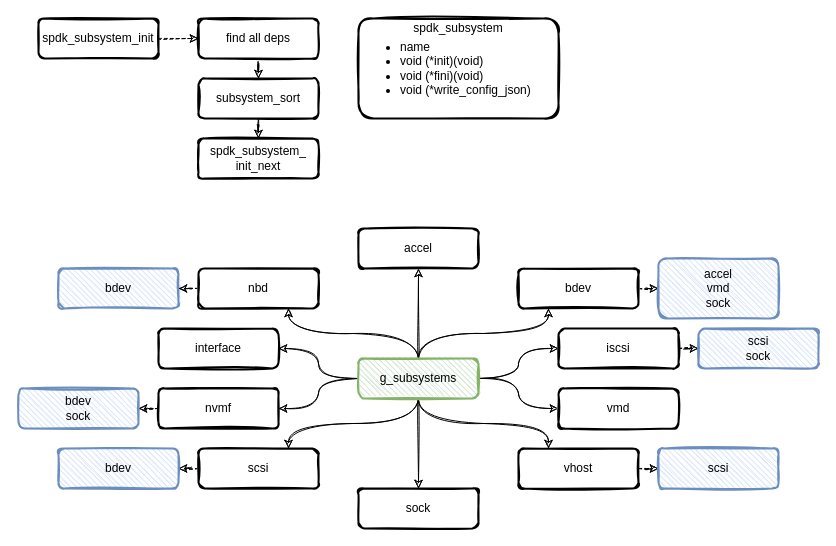
Earlier version of the draw.io diagram page "subsystem" (6 of 7) of spdk/spdk.drawio (EarthWind/deeparch). Source tidied: cells renumbered, new cells numbered last; positions are measured from the earlier drawing's top-left corner, leaving out a move shared by most shapes. Both pictures are drawn from the tidied source at 100%, with x=0, y=0 at pixel (18, 18).
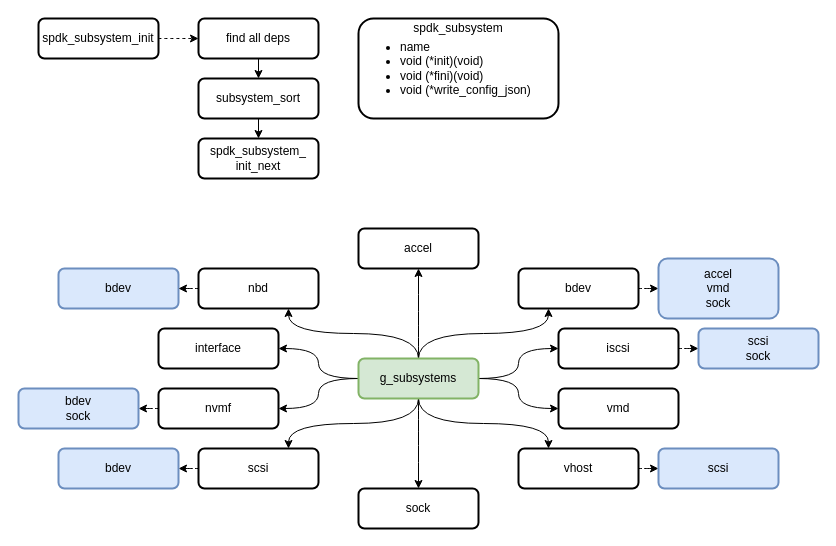
The same diagram, later.

Diff of the diagram source:
```diff
@@
-    <mxCell id="2" style="rounded=1;whiteSpace=wrap;html=1;strokeWidth=2;fillWeight=4;hachureGap=8;hachureAngle=45;sketch=1;fillColor=#FFFFFF;" parent="1" vertex="1">
+    <mxCell id="2" style="rounded=1;whiteSpace=wrap;html=1;strokeWidth=2;fillWeight=4;hachureGap=8;hachureAngle=45;sketch=0;fillColor=#FFFFFF;" parent="1" vertex="1">
       <mxGeometry x="340" width="200" height="100" as="geometry" />
     </mxCell>
-    <mxCell id="3" style="edgeStyle=orthogonalEdgeStyle;curved=1;rounded=0;sketch=1;jettySize=auto;html=1;entryX=0;entryY=0.5;entryDx=0;entryDy=0;dashed=1;fontSize=12;fontColor=#000000;" parent="1" edge="1" source="4" target="6">
+    <mxCell id="3" style="edgeStyle=orthogonalEdgeStyle;curved=1;rounded=0;sketch=0;jettySize=auto;html=1;entryX=0;entryY=0.5;entryDx=0;entryDy=0;dashed=1;fontSize=12;fontColor=#000000;" parent="1" edge="1" source="4" target="6">
       <mxGeometry relative="1" as="geometry" />
     </mxCell>
-    <mxCell id="4" value="&lt;font face=&quot;helvetica&quot;&gt;spdk_subsystem_init&lt;/font&gt;" style="rounded=1;whiteSpace=wrap;html=1;strokeWidth=2;fillWeight=4;hachureGap=8;hachureAngle=45;sketch=1;fillColor=#FFFFFF;" parent="1" vertex="1">
+    <mxCell id="4" value="&lt;font face=&quot;helvetica&quot;&gt;spdk_subsystem_init&lt;/font&gt;" style="rounded=1;whiteSpace=wrap;html=1;strokeWidth=2;fillWeight=4;hachureGap=8;hachureAngle=45;sketch=0;fillColor=#FFFFFF;" parent="1" vertex="1">
       <mxGeometry x="20" width="120" height="40" as="geometry" />
     </mxCell>
-    <mxCell id="5" style="edgeStyle=orthogonalEdgeStyle;curved=1;rounded=0;sketch=1;jettySize=auto;html=1;fontSize=12;fontColor=#000000;" parent="1" edge="1" source="6" target="8">
+    <mxCell id="5" style="edgeStyle=orthogonalEdgeStyle;curved=1;rounded=0;sketch=0;jettySize=auto;html=1;fontSize=12;fontColor=#000000;" parent="1" edge="1" source="6" target="8">
       <mxGeometry relative="1" as="geometry" />
     </mxCell>
-    <mxCell id="6" value="&lt;font face=&quot;helvetica&quot;&gt;find all deps&lt;/font&gt;" style="rounded=1;whiteSpace=wrap;html=1;strokeWidth=2;fillWeight=4;hachureGap=8;hachureAngle=45;sketch=1;fillColor=#FFFFFF;" parent="1" vertex="1">
+    <mxCell id="6" value="&lt;font face=&quot;helvetica&quot;&gt;find all deps&lt;/font&gt;" style="rounded=1;whiteSpace=wrap;html=1;strokeWidth=2;fillWeight=4;hachureGap=8;hachureAngle=45;sketch=0;fillColor=#FFFFFF;" parent="1" vertex="1">
       <mxGeometry x="180" width="120" height="40" as="geometry" />
     </mxCell>
-    <mxCell id="7" style="edgeStyle=orthogonalEdgeStyle;curved=1;rounded=0;sketch=1;jettySize=auto;html=1;entryX=0.5;entryY=0;entryDx=0;entryDy=0;fontSize=12;fontColor=#000000;" parent="1" edge="1" source="8" target="9">
+    <mxCell id="7" style="edgeStyle=orthogonalEdgeStyle;curved=1;rounded=0;sketch=0;jettySize=auto;html=1;entryX=0.5;entryY=0;entryDx=0;entryDy=0;fontSize=12;fontColor=#000000;" parent="1" edge="1" source="8" target="9">
       <mxGeometry relative="1" as="geometry" />
     </mxCell>
-    <mxCell id="8" value="&lt;font face=&quot;helvetica&quot;&gt;subsystem_sort&lt;/font&gt;" style="rounded=1;whiteSpace=wrap;html=1;strokeWidth=2;fillWeight=4;hachureGap=8;hachureAngle=45;sketch=1;fillColor=#FFFFFF;" parent="1" vertex="1">
+    <mxCell id="8" value="&lt;font face=&quot;helvetica&quot;&gt;subsystem_sort&lt;/font&gt;" style="rounded=1;whiteSpace=wrap;html=1;strokeWidth=2;fillWeight=4;hachureGap=8;hachureAngle=45;sketch=0;fillColor=#FFFFFF;" parent="1" vertex="1">
       <mxGeometry x="180" y="60" width="120" height="40" as="geometry" />
     </mxCell>
-    <mxCell id="9" value="&lt;font face=&quot;helvetica&quot;&gt;spdk_subsystem_&lt;br&gt;init_next&lt;/font&gt;" style="rounded=1;whiteSpace=wrap;html=1;strokeWidth=2;fillWeight=4;hachureGap=8;hachureAngle=45;sketch=1;fillColor=#FFFFFF;" parent="1" vertex="1">
+    <mxCell id="9" value="&lt;font face=&quot;helvetica&quot;&gt;spdk_subsystem_&lt;br&gt;init_next&lt;/font&gt;" style="rounded=1;whiteSpace=wrap;html=1;strokeWidth=2;fillWeight=4;hachureGap=8;hachureAngle=45;sketch=0;fillColor=#FFFFFF;" parent="1" vertex="1">
       <mxGeometry x="180" y="120" width="120" height="40" as="geometry" />
     </mxCell>
-    <mxCell id="10" value="&lt;ul&gt;&lt;li&gt;name&lt;/li&gt;&lt;li&gt;void (*init)(void)&lt;/li&gt;&lt;li&gt;void (*fini)(void)&lt;/li&gt;&lt;li&gt;void (*write_config_json)&lt;/li&gt;&lt;/ul&gt;" style="text;strokeColor=none;fillColor=none;html=1;whiteSpace=wrap;verticalAlign=middle;overflow=hidden;sketch=1;fillWeight=1;hachureGap=2;jiggle=1;shadow=0;" parent="1" vertex="1">
+    <mxCell id="10" value="&lt;ul&gt;&lt;li&gt;name&lt;/li&gt;&lt;li&gt;void (*init)(void)&lt;/li&gt;&lt;li&gt;void (*fini)(void)&lt;/li&gt;&lt;li&gt;void (*write_config_json)&lt;/li&gt;&lt;/ul&gt;" style="text;strokeColor=none;fillColor=none;html=1;whiteSpace=wrap;verticalAlign=middle;overflow=hidden;sketch=0;fillWeight=1;hachureGap=2;jiggle=1;shadow=0;" parent="1" vertex="1">
       <mxGeometry x="340" width="200" height="100" as="geometry" />
     </mxCell>
-    <mxCell id="11" value="spdk_subsystem" style="text;html=1;strokeColor=none;fillColor=none;align=center;verticalAlign=middle;whiteSpace=wrap;overflow=hidden;fillWeight=1;hachureGap=2;fontSize=12;fontColor=#000000;" parent="1" vertex="1">
+    <mxCell id="11" value="spdk_subsystem" style="text;html=1;strokeColor=none;fillColor=none;align=center;verticalAlign=middle;whiteSpace=wrap;overflow=hidden;fillWeight=1;hachureGap=2;fontSize=12;fontColor=#000000;sketch=0;" parent="1" vertex="1">
       <mxGeometry x="390" width="100" height="20" as="geometry" />
     </mxCell>
-    <mxCell id="12" style="edgeStyle=orthogonalEdgeStyle;curved=1;rounded=0;sketch=1;jettySize=auto;html=1;entryX=0.5;entryY=0;entryDx=0;entryDy=0;startArrow=none;startFill=0;" parent="1" edge="1" source="22" target="40">
+    <mxCell id="12" style="edgeStyle=orthogonalEdgeStyle;curved=1;rounded=0;sketch=0;jettySize=auto;html=1;entryX=0.5;entryY=0;entryDx=0;entryDy=0;startArrow=none;startFill=0;" parent="1" edge="1" source="22" target="40">
       <mxGeometry relative="1" as="geometry" />
     </mxCell>
-    <mxCell id="13" style="edgeStyle=orthogonalEdgeStyle;curved=1;rounded=0;sketch=1;jettySize=auto;html=1;entryX=0.25;entryY=0;entryDx=0;entryDy=0;startArrow=none;startFill=0;exitX=0.5;exitY=1;exitDx=0;exitDy=0;" parent="1" edge="1" source="22" target="42">
+    <mxCell id="13" style="edgeStyle=orthogonalEdgeStyle;curved=1;rounded=0;sketch=0;jettySize=auto;html=1;entryX=0.25;entryY=0;entryDx=0;entryDy=0;startArrow=none;startFill=0;exitX=0.5;exitY=1;exitDx=0;exitDy=0;" parent="1" edge="1" source="22" target="42">
       <mxGeometry relative="1" as="geometry" />
     </mxCell>
-    <mxCell id="14" style="edgeStyle=orthogonalEdgeStyle;curved=1;rounded=0;sketch=1;jettySize=auto;html=1;entryX=0.75;entryY=0;entryDx=0;entryDy=0;startArrow=none;startFill=0;exitX=0.5;exitY=1;exitDx=0;exitDy=0;" parent="1" edge="1" source="22" target="38">
+    <mxCell id="14" style="edgeStyle=orthogonalEdgeStyle;curved=1;rounded=0;sketch=0;jettySize=auto;html=1;entryX=0.75;entryY=0;entryDx=0;entryDy=0;startArrow=none;startFill=0;exitX=0.5;exitY=1;exitDx=0;exitDy=0;" parent="1" edge="1" source="22" target="38">
       <mxGeometry relative="1" as="geometry" />
     </mxCell>
-    <mxCell id="15" style="edgeStyle=orthogonalEdgeStyle;curved=1;rounded=0;sketch=1;jettySize=auto;html=1;entryX=0;entryY=0.5;entryDx=0;entryDy=0;startArrow=none;startFill=0;" parent="1" edge="1" source="22" target="44">
+    <mxCell id="15" style="edgeStyle=orthogonalEdgeStyle;curved=1;rounded=0;sketch=0;jettySize=auto;html=1;entryX=0;entryY=0.5;entryDx=0;entryDy=0;startArrow=none;startFill=0;" parent="1" edge="1" source="22" target="44">
       <mxGeometry relative="1" as="geometry" />
     </mxCell>
-    <mxCell id="16" style="edgeStyle=orthogonalEdgeStyle;curved=1;rounded=0;sketch=1;jettySize=auto;html=1;entryX=0;entryY=0.5;entryDx=0;entryDy=0;startArrow=none;startFill=0;" parent="1" edge="1" source="22" target="27">
+    <mxCell id="16" style="edgeStyle=orthogonalEdgeStyle;curved=1;rounded=0;sketch=0;jettySize=auto;html=1;entryX=0;entryY=0.5;entryDx=0;entryDy=0;startArrow=none;startFill=0;" parent="1" edge="1" source="22" target="27">
       <mxGeometry relative="1" as="geometry" />
     </mxCell>
-    <mxCell id="17" style="edgeStyle=orthogonalEdgeStyle;curved=1;rounded=0;sketch=1;jettySize=auto;html=1;entryX=1;entryY=0.5;entryDx=0;entryDy=0;startArrow=none;startFill=0;" parent="1" edge="1" source="22" target="35">
+    <mxCell id="17" style="edgeStyle=orthogonalEdgeStyle;curved=1;rounded=0;sketch=0;jettySize=auto;html=1;entryX=1;entryY=0.5;entryDx=0;entryDy=0;startArrow=none;startFill=0;" parent="1" edge="1" source="22" target="35">
       <mxGeometry relative="1" as="geometry" />
     </mxCell>
-    <mxCell id="18" style="edgeStyle=orthogonalEdgeStyle;curved=1;rounded=0;sketch=1;jettySize=auto;html=1;entryX=1;entryY=0.5;entryDx=0;entryDy=0;startArrow=none;startFill=0;" parent="1" edge="1" source="22" target="33">
+    <mxCell id="18" style="edgeStyle=orthogonalEdgeStyle;curved=1;rounded=0;sketch=0;jettySize=auto;html=1;entryX=1;entryY=0.5;entryDx=0;entryDy=0;startArrow=none;startFill=0;" parent="1" edge="1" source="22" target="33">
       <mxGeometry relative="1" as="geometry" />
     </mxCell>
-    <mxCell id="19" style="edgeStyle=orthogonalEdgeStyle;curved=1;rounded=0;sketch=1;jettySize=auto;html=1;entryX=0.25;entryY=1;entryDx=0;entryDy=0;startArrow=none;startFill=0;exitX=0.5;exitY=0;exitDx=0;exitDy=0;" parent="1" edge="1" source="22" target="25">
+    <mxCell id="19" style="edgeStyle=orthogonalEdgeStyle;curved=1;rounded=0;sketch=0;jettySize=auto;html=1;entryX=0.25;entryY=1;entryDx=0;entryDy=0;startArrow=none;startFill=0;exitX=0.5;exitY=0;exitDx=0;exitDy=0;" parent="1" edge="1" source="22" target="25">
       <mxGeometry relative="1" as="geometry" />
     </mxCell>
-    <mxCell id="20" style="edgeStyle=orthogonalEdgeStyle;curved=1;rounded=0;sketch=1;jettySize=auto;html=1;entryX=0.75;entryY=1;entryDx=0;entryDy=0;startArrow=none;startFill=0;exitX=0.5;exitY=0;exitDx=0;exitDy=0;" parent="1" edge="1" source="22" target="32">
+    <mxCell id="20" style="edgeStyle=orthogonalEdgeStyle;curved=1;rounded=0;sketch=0;jettySize=auto;html=1;entryX=0.75;entryY=1;entryDx=0;entryDy=0;startArrow=none;startFill=0;exitX=0.5;exitY=0;exitDx=0;exitDy=0;" parent="1" edge="1" source="22" target="32">
       <mxGeometry relative="1" as="geometry" />
     </mxCell>
-    <mxCell id="21" style="edgeStyle=orthogonalEdgeStyle;curved=1;rounded=0;sketch=1;jettySize=auto;html=1;entryX=0.5;entryY=1;entryDx=0;entryDy=0;startArrow=none;startFill=0;" parent="1" edge="1" source="22" target="23">
+    <mxCell id="21" style="edgeStyle=orthogonalEdgeStyle;curved=1;rounded=0;sketch=0;jettySize=auto;html=1;entryX=0.5;entryY=1;entryDx=0;entryDy=0;startArrow=none;startFill=0;" parent="1" edge="1" source="22" target="23">
       <mxGeometry relative="1" as="geometry" />
     </mxCell>
-    <mxCell id="22" value="g_subsystems" style="rounded=1;whiteSpace=wrap;html=1;strokeWidth=2;fillWeight=1;hachureGap=4;hachureAngle=45;sketch=1;fillColor=#d5e8d4;strokeColor=#82b366;" parent="1" vertex="1">
+    <mxCell id="22" value="g_subsystems" style="rounded=1;whiteSpace=wrap;html=1;strokeWidth=2;fillWeight=1;hachureGap=4;hachureAngle=45;sketch=0;fillColor=#d5e8d4;strokeColor=#82b366;" parent="1" vertex="1">
       <mxGeometry x="340" y="340" width="120" height="40" as="geometry" />
     </mxCell>
-    <mxCell id="23" value="&lt;font face=&quot;helvetica&quot;&gt;accel&lt;/font&gt;" style="rounded=1;whiteSpace=wrap;html=1;strokeWidth=2;fillWeight=4;hachureGap=8;hachureAngle=45;sketch=1;fillColor=#FFFFFF;" parent="1" vertex="1">
+    <mxCell id="23" value="&lt;font face=&quot;helvetica&quot;&gt;accel&lt;/font&gt;" style="rounded=1;whiteSpace=wrap;html=1;strokeWidth=2;fillWeight=4;hachureGap=8;hachureAngle=45;sketch=0;fillColor=#FFFFFF;" parent="1" vertex="1">
       <mxGeometry x="340" y="210" width="120" height="40" as="geometry" />
     </mxCell>
-    <mxCell id="24" style="edgeStyle=orthogonalEdgeStyle;curved=1;rounded=0;sketch=1;jettySize=auto;html=1;fontSize=12;fontColor=#000000;dashed=1;" parent="1" edge="1" source="25" target="28">
+    <mxCell id="24" style="edgeStyle=orthogonalEdgeStyle;curved=1;rounded=0;sketch=0;jettySize=auto;html=1;fontSize=12;fontColor=#000000;dashed=1;" parent="1" edge="1" source="25" target="28">
       <mxGeometry relative="1" as="geometry" />
     </mxCell>
-    <mxCell id="25" value="&lt;font face=&quot;helvetica&quot;&gt;bdev&lt;/font&gt;" style="rounded=1;whiteSpace=wrap;html=1;strokeWidth=2;fillWeight=4;hachureGap=8;hachureAngle=45;sketch=1;fillColor=#FFFFFF;" parent="1" vertex="1">
+    <mxCell id="25" value="&lt;font face=&quot;helvetica&quot;&gt;bdev&lt;/font&gt;" style="rounded=1;whiteSpace=wrap;html=1;strokeWidth=2;fillWeight=4;hachureGap=8;hachureAngle=45;sketch=0;fillColor=#FFFFFF;" parent="1" vertex="1">
       <mxGeometry x="500" y="250" width="120" height="40" as="geometry" />
     </mxCell>
-    <mxCell id="26" style="edgeStyle=orthogonalEdgeStyle;curved=1;rounded=0;sketch=1;jettySize=auto;html=1;entryX=0;entryY=0.5;entryDx=0;entryDy=0;fontSize=12;fontColor=#000000;dashed=1;" parent="1" edge="1" source="27" target="29">
+    <mxCell id="26" style="edgeStyle=orthogonalEdgeStyle;curved=1;rounded=0;sketch=0;jettySize=auto;html=1;entryX=0;entryY=0.5;entryDx=0;entryDy=0;fontSize=12;fontColor=#000000;dashed=1;" parent="1" edge="1" source="27" target="29">
       <mxGeometry relative="1" as="geometry" />
     </mxCell>
-    <mxCell id="27" value="&lt;font face=&quot;helvetica&quot;&gt;iscsi&lt;/font&gt;" style="rounded=1;whiteSpace=wrap;html=1;strokeWidth=2;fillWeight=4;hachureGap=8;hachureAngle=45;sketch=1;fillColor=#FFFFFF;" parent="1" vertex="1">
+    <mxCell id="27" value="&lt;font face=&quot;helvetica&quot;&gt;iscsi&lt;/font&gt;" style="rounded=1;whiteSpace=wrap;html=1;strokeWidth=2;fillWeight=4;hachureGap=8;hachureAngle=45;sketch=0;fillColor=#FFFFFF;" parent="1" vertex="1">
       <mxGeometry x="540" y="310" width="120" height="40" as="geometry" />
     </mxCell>
-    <mxCell id="28" value="accel&lt;br&gt;vmd&lt;br&gt;sock" style="rounded=1;whiteSpace=wrap;html=1;strokeWidth=2;fillWeight=1;hachureGap=4;hachureAngle=45;sketch=1;fillColor=#dae8fc;strokeColor=#6c8ebf;fontColor=default;" parent="1" vertex="1">
+    <mxCell id="28" value="accel&lt;br&gt;vmd&lt;br&gt;sock" style="rounded=1;whiteSpace=wrap;html=1;strokeWidth=2;fillWeight=1;hachureGap=4;hachureAngle=45;sketch=0;fillColor=#dae8fc;strokeColor=#6c8ebf;fontColor=default;" parent="1" vertex="1">
       <mxGeometry x="640" y="240" width="120" height="60" as="geometry" />
     </mxCell>
-    <mxCell id="29" value="scsi&lt;br&gt;sock" style="rounded=1;whiteSpace=wrap;html=1;strokeWidth=2;fillWeight=1;hachureGap=4;hachureAngle=45;sketch=1;fillColor=#dae8fc;strokeColor=#6c8ebf;fontColor=default;" parent="1" vertex="1">
+    <mxCell id="29" value="scsi&lt;br&gt;sock" style="rounded=1;whiteSpace=wrap;html=1;strokeWidth=2;fillWeight=1;hachureGap=4;hachureAngle=45;sketch=0;fillColor=#dae8fc;strokeColor=#6c8ebf;fontColor=default;" parent="1" vertex="1">
       <mxGeometry x="680" y="310" width="120" height="40" as="geometry" />
     </mxCell>
-    <mxCell id="30" value="&lt;font face=&quot;helvetica&quot;&gt;bdev&lt;/font&gt;" style="rounded=1;whiteSpace=wrap;html=1;strokeWidth=2;fillWeight=1;hachureGap=4;hachureAngle=45;sketch=1;fillColor=#dae8fc;strokeColor=#6c8ebf;fontColor=default;" parent="1" vertex="1">
+    <mxCell id="30" value="&lt;font face=&quot;helvetica&quot;&gt;bdev&lt;/font&gt;" style="rounded=1;whiteSpace=wrap;html=1;strokeWidth=2;fillWeight=1;hachureGap=4;hachureAngle=45;sketch=0;fillColor=#dae8fc;strokeColor=#6c8ebf;fontColor=default;" parent="1" vertex="1">
       <mxGeometry x="40" y="250" width="120" height="40" as="geometry" />
     </mxCell>
-    <mxCell id="31" style="edgeStyle=orthogonalEdgeStyle;curved=1;rounded=0;sketch=1;jettySize=auto;html=1;startArrow=none;startFill=0;dashed=1;" parent="1" edge="1" source="32" target="30">
+    <mxCell id="31" style="edgeStyle=orthogonalEdgeStyle;curved=1;rounded=0;sketch=0;jettySize=auto;html=1;startArrow=none;startFill=0;dashed=1;" parent="1" edge="1" source="32" target="30">
       <mxGeometry relative="1" as="geometry" />
     </mxCell>
-    <mxCell id="32" value="&lt;font face=&quot;helvetica&quot;&gt;nbd&lt;/font&gt;" style="rounded=1;whiteSpace=wrap;html=1;strokeWidth=2;fillWeight=4;hachureGap=8;hachureAngle=45;sketch=1;fillColor=#FFFFFF;" parent="1" vertex="1">
+    <mxCell id="32" value="&lt;font face=&quot;helvetica&quot;&gt;nbd&lt;/font&gt;" style="rounded=1;whiteSpace=wrap;html=1;strokeWidth=2;fillWeight=4;hachureGap=8;hachureAngle=45;sketch=0;fillColor=#FFFFFF;" parent="1" vertex="1">
       <mxGeometry x="180" y="250" width="120" height="40" as="geometry" />
     </mxCell>
-    <mxCell id="33" value="interface" style="rounded=1;whiteSpace=wrap;html=1;strokeWidth=2;fillWeight=4;hachureGap=8;hachureAngle=45;sketch=1;fillColor=#FFFFFF;" parent="1" vertex="1">
+    <mxCell id="33" value="interface" style="rounded=1;whiteSpace=wrap;html=1;strokeWidth=2;fillWeight=4;hachureGap=8;hachureAngle=45;sketch=0;fillColor=#FFFFFF;" parent="1" vertex="1">
       <mxGeometry x="140" y="310" width="120" height="40" as="geometry" />
     </mxCell>
-    <mxCell id="34" style="edgeStyle=orthogonalEdgeStyle;curved=1;rounded=0;sketch=1;jettySize=auto;html=1;entryX=1;entryY=0.5;entryDx=0;entryDy=0;fontSize=12;fontColor=#000000;dashed=1;" parent="1" edge="1" source="35" target="36">
+    <mxCell id="34" style="edgeStyle=orthogonalEdgeStyle;curved=1;rounded=0;sketch=0;jettySize=auto;html=1;entryX=1;entryY=0.5;entryDx=0;entryDy=0;fontSize=12;fontColor=#000000;dashed=1;" parent="1" edge="1" source="35" target="36">
       <mxGeometry relative="1" as="geometry" />
     </mxCell>
-    <mxCell id="35" value="nvmf" style="rounded=1;whiteSpace=wrap;html=1;strokeWidth=2;fillWeight=4;hachureGap=8;hachureAngle=45;sketch=1;fillColor=#FFFFFF;" parent="1" vertex="1">
+    <mxCell id="35" value="nvmf" style="rounded=1;whiteSpace=wrap;html=1;strokeWidth=2;fillWeight=4;hachureGap=8;hachureAngle=45;sketch=0;fillColor=#FFFFFF;" parent="1" vertex="1">
       <mxGeometry x="140" y="370" width="120" height="40" as="geometry" />
     </mxCell>
-    <mxCell id="36" value="bdev&lt;br&gt;sock" style="rounded=1;whiteSpace=wrap;html=1;strokeWidth=2;fillWeight=1;hachureGap=4;hachureAngle=45;sketch=1;fillColor=#dae8fc;strokeColor=#6c8ebf;fontColor=default;" parent="1" vertex="1">
+    <mxCell id="36" value="bdev&lt;br&gt;sock" style="rounded=1;whiteSpace=wrap;html=1;strokeWidth=2;fillWeight=1;hachureGap=4;hachureAngle=45;sketch=0;fillColor=#dae8fc;strokeColor=#6c8ebf;fontColor=default;" parent="1" vertex="1">
       <mxGeometry y="370" width="120" height="40" as="geometry" />
     </mxCell>
-    <mxCell id="37" style="edgeStyle=orthogonalEdgeStyle;curved=1;rounded=0;sketch=1;jettySize=auto;html=1;entryX=1;entryY=0.5;entryDx=0;entryDy=0;startArrow=none;startFill=0;dashed=1;" parent="1" edge="1" source="38" target="39">
+    <mxCell id="37" style="edgeStyle=orthogonalEdgeStyle;curved=1;rounded=0;sketch=0;jettySize=auto;html=1;entryX=1;entryY=0.5;entryDx=0;entryDy=0;startArrow=none;startFill=0;dashed=1;" parent="1" edge="1" source="38" target="39">
       <mxGeometry relative="1" as="geometry" />
     </mxCell>
-    <mxCell id="38" value="scsi" style="rounded=1;whiteSpace=wrap;html=1;strokeWidth=2;fillWeight=4;hachureGap=8;hachureAngle=45;sketch=1;fillColor=#FFFFFF;" parent="1" vertex="1">
+    <mxCell id="38" value="scsi" style="rounded=1;whiteSpace=wrap;html=1;strokeWidth=2;fillWeight=4;hachureGap=8;hachureAngle=45;sketch=0;fillColor=#FFFFFF;" parent="1" vertex="1">
       <mxGeometry x="180" y="430" width="120" height="40" as="geometry" />
     </mxCell>
-    <mxCell id="39" value="&lt;font face=&quot;helvetica&quot;&gt;bdev&lt;/font&gt;" style="rounded=1;whiteSpace=wrap;html=1;strokeWidth=2;fillWeight=1;hachureGap=4;hachureAngle=45;sketch=1;fillColor=#dae8fc;strokeColor=#6c8ebf;fontColor=default;" parent="1" vertex="1">
+    <mxCell id="39" value="&lt;font face=&quot;helvetica&quot;&gt;bdev&lt;/font&gt;" style="rounded=1;whiteSpace=wrap;html=1;strokeWidth=2;fillWeight=1;hachureGap=4;hachureAngle=45;sketch=0;fillColor=#dae8fc;strokeColor=#6c8ebf;fontColor=default;" parent="1" vertex="1">
       <mxGeometry x="40" y="430" width="120" height="40" as="geometry" />
     </mxCell>
-    <mxCell id="40" value="sock" style="rounded=1;whiteSpace=wrap;html=1;strokeWidth=2;fillWeight=4;hachureGap=8;hachureAngle=45;sketch=1;fillColor=#FFFFFF;" parent="1" vertex="1">
+    <mxCell id="40" value="sock" style="rounded=1;whiteSpace=wrap;html=1;strokeWidth=2;fillWeight=4;hachureGap=8;hachureAngle=45;sketch=0;fillColor=#FFFFFF;" parent="1" vertex="1">
       <mxGeometry x="340" y="470" width="120" height="40" as="geometry" />
     </mxCell>
-    <mxCell id="41" style="edgeStyle=orthogonalEdgeStyle;curved=1;rounded=0;sketch=1;jettySize=auto;html=1;entryX=0;entryY=0.5;entryDx=0;entryDy=0;fontSize=12;fontColor=#000000;dashed=1;" parent="1" edge="1" source="42" target="43">
+    <mxCell id="41" style="edgeStyle=orthogonalEdgeStyle;curved=1;rounded=0;sketch=0;jettySize=auto;html=1;entryX=0;entryY=0.5;entryDx=0;entryDy=0;fontSize=12;fontColor=#000000;dashed=1;" parent="1" edge="1" source="42" target="43">
       <mxGeometry relative="1" as="geometry" />
     </mxCell>
-    <mxCell id="42" value="vhost" style="rounded=1;whiteSpace=wrap;html=1;strokeWidth=2;fillWeight=4;hachureGap=8;hachureAngle=45;sketch=1;fillColor=#FFFFFF;" parent="1" vertex="1">
+    <mxCell id="42" value="vhost" style="rounded=1;whiteSpace=wrap;html=1;strokeWidth=2;fillWeight=4;hachureGap=8;hachureAngle=45;sketch=0;fillColor=#FFFFFF;" parent="1" vertex="1">
       <mxGeometry x="500" y="430" width="120" height="40" as="geometry" />
     </mxCell>
-    <mxCell id="43" value="scsi" style="rounded=1;whiteSpace=wrap;html=1;strokeWidth=2;fillWeight=1;hachureGap=4;hachureAngle=45;sketch=1;fillColor=#dae8fc;strokeColor=#6c8ebf;fontColor=default;" parent="1" vertex="1">
+    <mxCell id="43" value="scsi" style="rounded=1;whiteSpace=wrap;html=1;strokeWidth=2;fillWeight=1;hachureGap=4;hachureAngle=45;sketch=0;fillColor=#dae8fc;strokeColor=#6c8ebf;fontColor=default;" parent="1" vertex="1">
       <mxGeometry x="640" y="430" width="120" height="40" as="geometry" />
     </mxCell>
-    <mxCell id="44" value="vmd" style="rounded=1;whiteSpace=wrap;html=1;strokeWidth=2;fillWeight=4;hachureGap=8;hachureAngle=45;sketch=1;fillColor=#FFFFFF;" parent="1" vertex="1">
+    <mxCell id="44" value="vmd" style="rounded=1;whiteSpace=wrap;html=1;strokeWidth=2;fillWeight=4;hachureGap=8;hachureAngle=45;sketch=0;fillColor=#FFFFFF;" parent="1" vertex="1">
       <mxGeometry x="540" y="370" width="120" height="40" as="geometry" />
     </mxCell>
```
